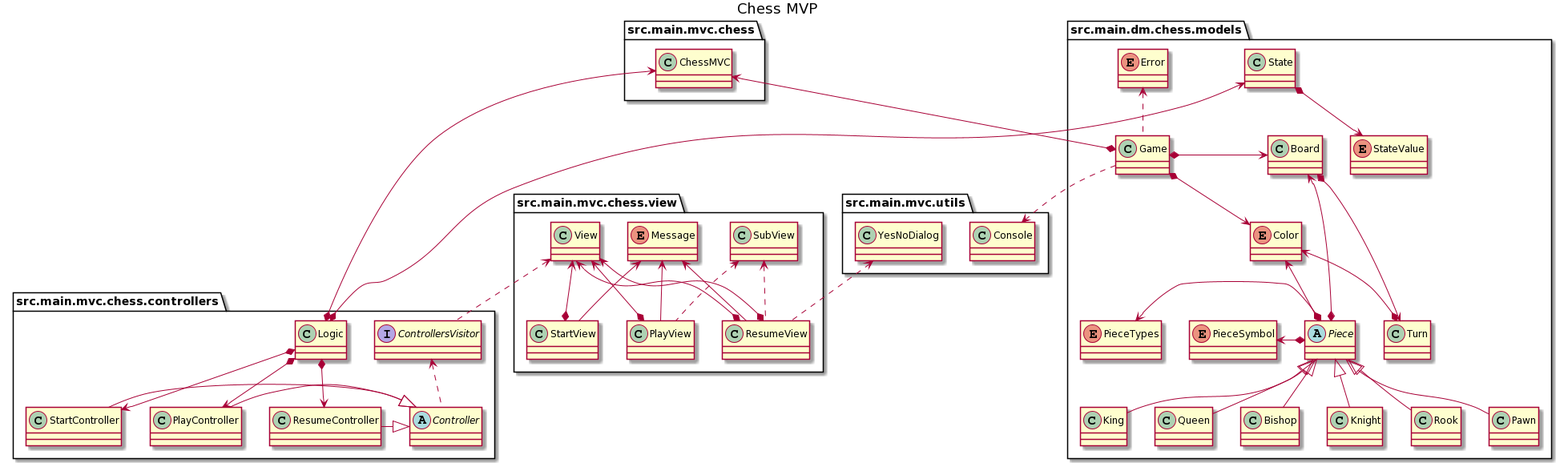
Earlier version of the PlantUML export Chess_MVP_UML.png (Gabriel-Acevedo/recu-ajedrez-mvp). The source it was exported from:
```plantuml
@startuml
title Chess MVP

    package "src.main.mvc.utils"{
        class Console{
        }
        class YesNoDialog{
        }
    }


    package "src.main.mvc.chess"{
        class ChessMVC{
        }
    }




    package "src.main.mvc.chess.controllers"{
        abstract class Controller{
        }
        interface ControllersVisitor{
        }
        class Logic{
        }
        class StartController{
        }
        class PlayController{
        }
        class ResumeController{
        }
    }


    package "src.main.mvc.chess.view"{
        enum Message{
        }
        class View{
        }
        class StartView{
        }
        class PlayView{
        }
        class ResumeView{
        }
        class SubView{
        }
    }


    package "src.main.dm.chess.models"{

        class State{
        }

        enum StateValue{
        }

        enum Error{
        }

        class Game {
        }

        class Board{
        }

        class Turn{
        }

        abstract class Piece{
        }

        class King{
        }
        class Queen{
        }
        class Bishop{
        }
        class Knight{
        }
        class Rook{
        }
        class Pawn{
        }

        enum Color{
        }

        enum PieceTypes{
        }

        enum PieceSymbol{
        }



    }


ChessMVC <-up-* Game
ChessMVC <-up-* Logic
Logic *-left-> State
StateValue <-down-* State

Game *-left-> Board
Error <.. Game

Board *-down-> Turn
Turn *-up-> Color
Game *-down-> Color
Board <-up-* Piece
Piece *-left-> PieceSymbol
Piece *-left-> PieceTypes
Piece *-up-> Color

Piece <|-down- King
Piece <|-down- Queen
Piece <|-down- Bishop
Piece <|-down- Knight
Piece <|-down- Rook
Piece <|-down- Pawn

View <.. ControllersVisitor
ControllersVisitor <.. Controller

Logic *-down-> StartController
Logic *-down-> PlayController
Logic *-down-> ResumeController

Controller <|-left- StartController
Controller <|-left- PlayController
Controller <|-left- ResumeController


View <-up-* StartView
View <-up-* PlayView
View <-up-* ResumeView
View <-up-* ResumeView
SubView <.. PlayView
SubView <.. ResumeView
YesNoDialog <.. ResumeView

Message <-- StartView
Message <-- PlayView
Message <-- ResumeView



Game ..> Console
@enduml
```
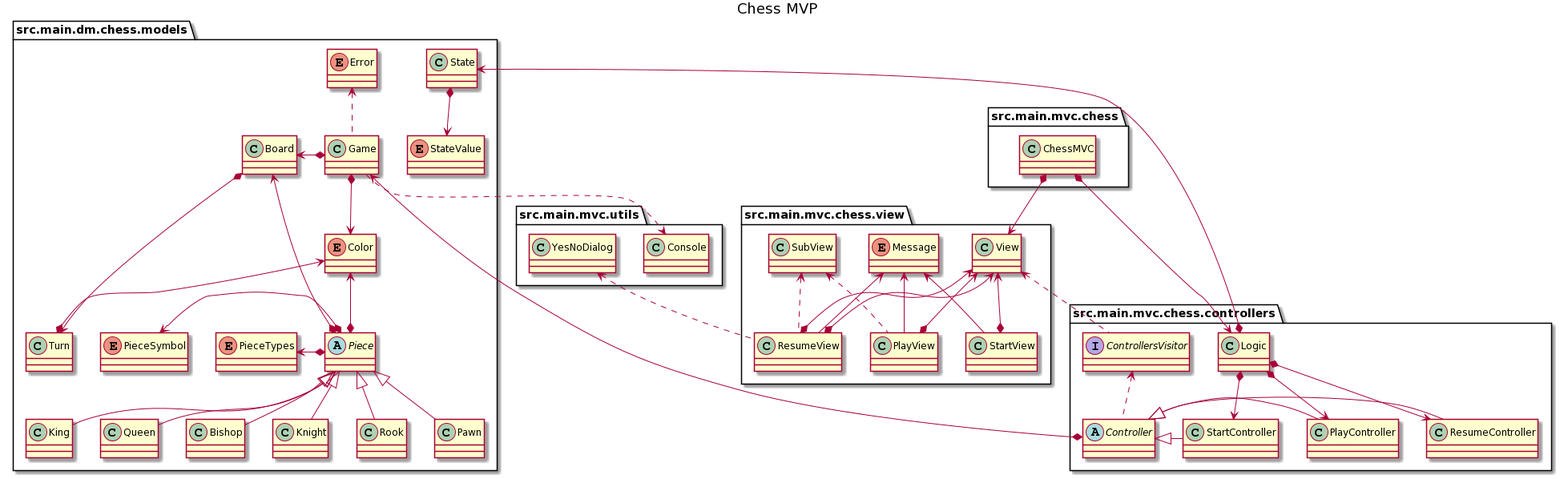
The same file after the commit.

Commit message:
MODIFIED: Corrected UML code and uploaded new UML image file.

Diff of the diagram source:
```diff
@@ -99,8 +99,9 @@
     }
 
 
-ChessMVC <-up-* Game
-ChessMVC <-up-* Logic
+ChessMVC *-down-> View
+ChessMVC *-down-> Logic
+
 Logic *-left-> State
 StateValue <-down-* State
 
@@ -129,6 +130,7 @@
 Logic *-down-> PlayController
 Logic *-down-> ResumeController
 
+Controller *-up-> Game
 Controller <|-left- StartController
 Controller <|-left- PlayController
 Controller <|-left- ResumeController
```
